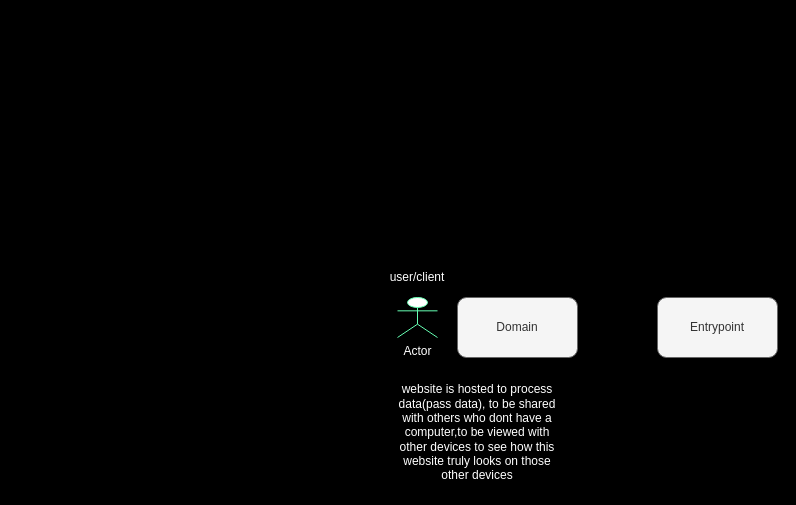
Sswordisasoongamedev/Sswordisasoongamedev.github.io keeps this draw.io diagram as Domain_entry_1/Wireframe/wireframe.drawio. Above is the earlier version. Source tidied: cells renumbered, new cells numbered last; positions are measured from the earlier drawing's top-left corner, leaving out a move shared by most shapes. Both pictures are drawn from the tidied source at 100%, with x=0, y=0 at pixel (307, 227).
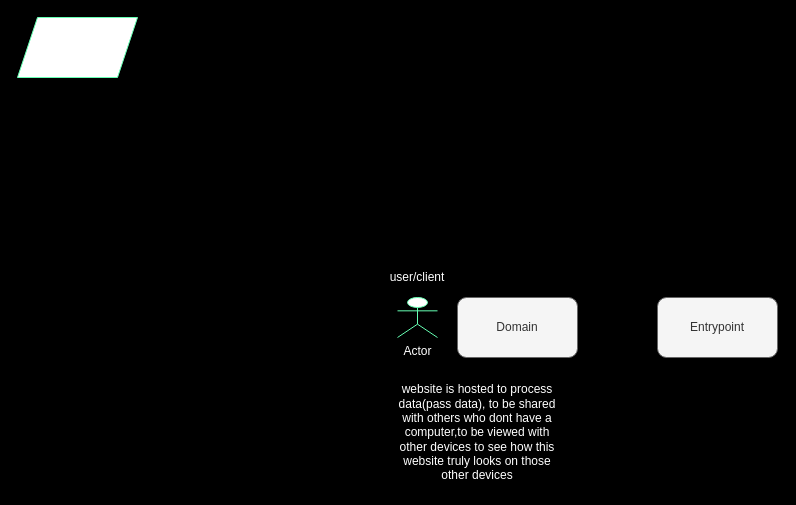
Above is the later version.

Diff of the diagram source:
```diff
@@
 <mxGraphModel background="#000000">
   <root>
     <mxCell id="0" />
     <mxCell id="1" parent="0" />
     <mxCell id="2" value="Actor" style="shape=umlActor;verticalLabelPosition=bottom;verticalAlign=top;html=1;outlineConnect=0;strokeColor=#66FFB3;fontColor=#FFFFFF;" parent="1" vertex="1">
       <mxGeometry x="90" y="70" width="40" height="40" as="geometry" />
     </mxCell>
     <mxCell id="3" style="edgeStyle=none;html=1;fontColor=#FFFFFF;" parent="1" edge="1" source="5">
       <mxGeometry relative="1" as="geometry">
         <mxPoint x="90" y="40" as="targetPoint" />
       </mxGeometry>
     </mxCell>
     <mxCell id="4" style="edgeStyle=none;html=1;exitX=0.5;exitY=0;exitDx=0;exitDy=0;fontColor=#FFFFFF;" parent="1" edge="1" source="5">
       <mxGeometry relative="1" as="geometry">
         <mxPoint x="110" y="30.1" as="targetPoint" />
       </mxGeometry>
     </mxCell>
     <mxCell id="5" value="user/client" style="text;html=1;strokeColor=none;fillColor=none;align=center;verticalAlign=middle;whiteSpace=wrap;rounded=0;fontColor=#FFFFFF;" parent="1" vertex="1">
       <mxGeometry x="90" y="30" width="40" height="40" as="geometry" />
     </mxCell>
     <mxCell id="6" style="edgeStyle=none;html=1;fontColor=#FFFFFF;" parent="1" edge="1" source="8" target="5">
       <mxGeometry relative="1" as="geometry" />
     </mxCell>
     <mxCell id="7" style="edgeStyle=none;html=1;fontColor=#FFFFFF;" parent="1" edge="1" source="8" target="10">
       <mxGeometry relative="1" as="geometry" />
     </mxCell>
     <mxCell id="8" value="Domain" style="rounded=1;whiteSpace=wrap;html=1;strokeColor=#666666;fontColor=#333333;fillColor=#f5f5f5;" parent="1" vertex="1">
       <mxGeometry x="150" y="70" width="120" height="60" as="geometry" />
     </mxCell>
     <mxCell id="9" style="curved=1;endArrow=classic;html=1;exitX=0.5;exitY=0;exitDx=0;exitDy=0;fontColor=#FFFFFF;" parent="1" edge="1" source="5" target="2">
       <mxGeometry relative="1" as="geometry">
         <Array as="points">
           <mxPoint x="130" y="50" />
           <mxPoint y="40" />
           <mxPoint x="10" y="20" />
           <mxPoint x="80" />
           <mxPoint x="50" y="60" />
         </Array>
       </mxGeometry>
     </mxCell>
     <mxCell id="10" value="Entrypoint" style="rounded=1;whiteSpace=wrap;html=1;strokeColor=#666666;fontColor=#333333;fillColor=#f5f5f5;" parent="1" vertex="1">
       <mxGeometry x="350" y="70" width="120" height="60" as="geometry" />
     </mxCell>
     <mxCell id="11" value="website is hosted to process data(pass data), to be shared with others who dont have a computer,to be viewed with other devices to see how this website truly looks on those other devices" style="text;html=1;strokeColor=none;fillColor=none;align=center;verticalAlign=middle;whiteSpace=wrap;rounded=0;fontColor=#FFFFFF;" parent="1" vertex="1">
       <mxGeometry x="90" y="150" width="160" height="110" as="geometry" />
     </mxCell>
+    <mxCell id="12" style="shape=parallelogram;perimeter=parallelogramPerimeter;whiteSpace=wrap;html=1;fixedSize=1;strokeColor=#66FFB3;fontColor=#FFFFFF;" parent="1" vertex="1">
+      <mxGeometry x="-290" y="-210" width="120" height="60" as="geometry" />
+    </mxCell>
   </root>
 </mxGraphModel>
```
